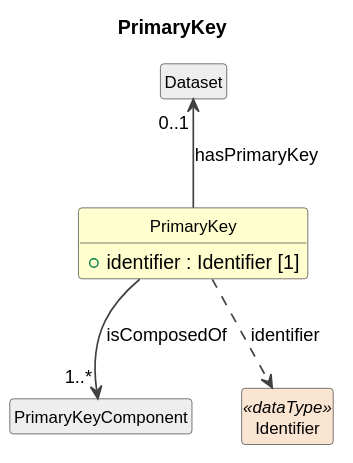
Earlier version of the PlantUML export build/plantuml/cdifDataDescription/Classes/PrimaryKey.svg (Cross-Domain-Interoperability-Framework/metadataBuildingBlocks). Source of this version:
```plantuml
@startuml
title PrimaryKey
hide circle
hide empty members
skinparam shadowing false
skinparam ArrowThickness 1.2
skinparam class {
  ArrowColor #404040
  BorderColor #404040
  FontSize 12
}

class "PrimaryKey" as PrimaryKey #FEFECE {
  +identifier : Identifier [1]
}
class "PrimaryKeyComponent" as PrimaryKeyComponent #EEEEEE
PrimaryKey --> "1..*" PrimaryKeyComponent : isComposedOf
class "Dataset" as Dataset #EEEEEE
Dataset "0..1" <-- PrimaryKey : hasPrimaryKey
class "Identifier" as Identifier <<dataType>> #FAE5D3
PrimaryKey ..> Identifier : identifier
@enduml
```
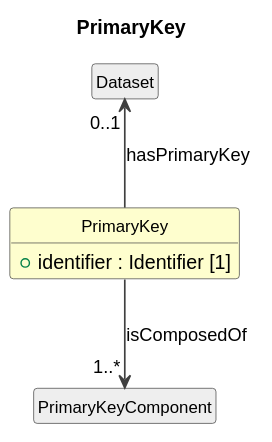
Above is the later version.

Change to the diagram source:
```diff
@@ -17,6 +17,4 @@
 PrimaryKey --> "1..*" PrimaryKeyComponent : isComposedOf
 class "Dataset" as Dataset #EEEEEE
 Dataset "0..1" <-- PrimaryKey : hasPrimaryKey
-class "Identifier" as Identifier <<dataType>> #FAE5D3
-PrimaryKey ..> Identifier : identifier
 @enduml
```
